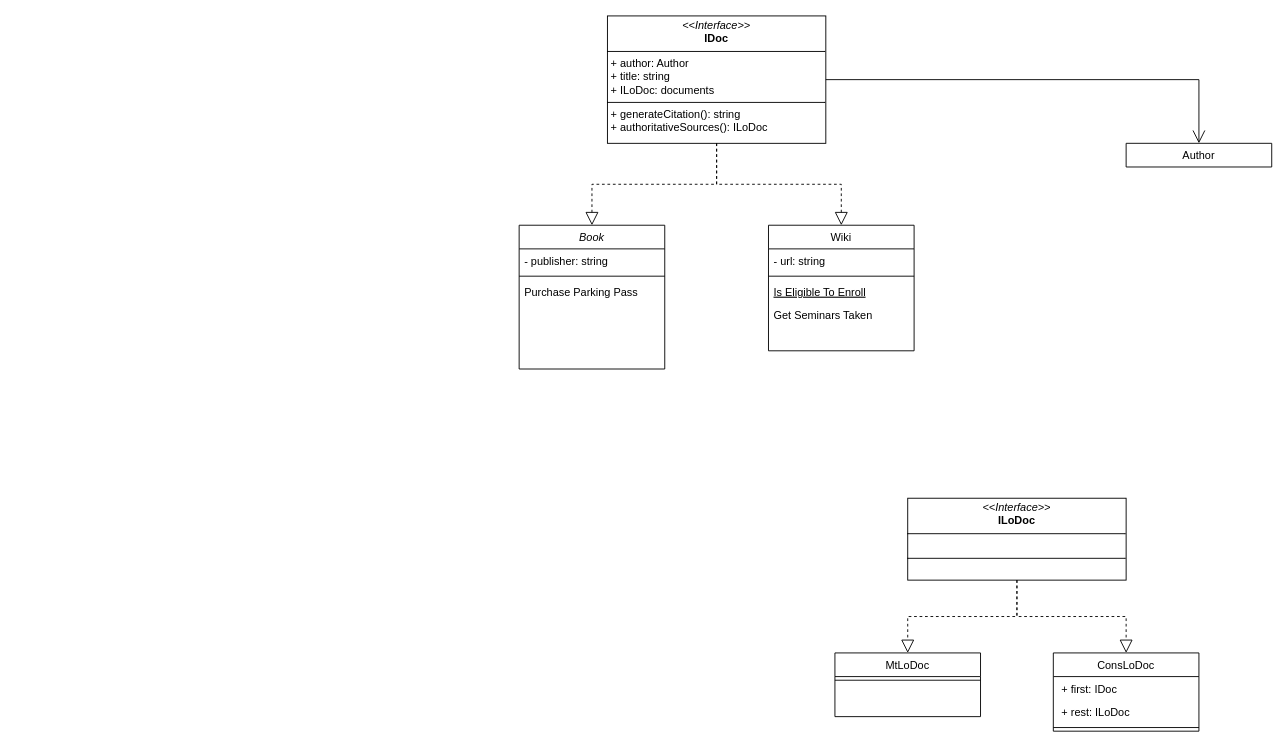
This is CS2510_Problem_8.drawio from sauerBT/PersonalRepo, a draw.io file, before an edit. Source tidied: cells renumbered, new cells numbered last; positions are measured from the earlier drawing's top-left corner, leaving out a move shared by most shapes. Both pictures are drawn from the tidied source at 91%, with x=0, y=0 at pixel (519, 15).
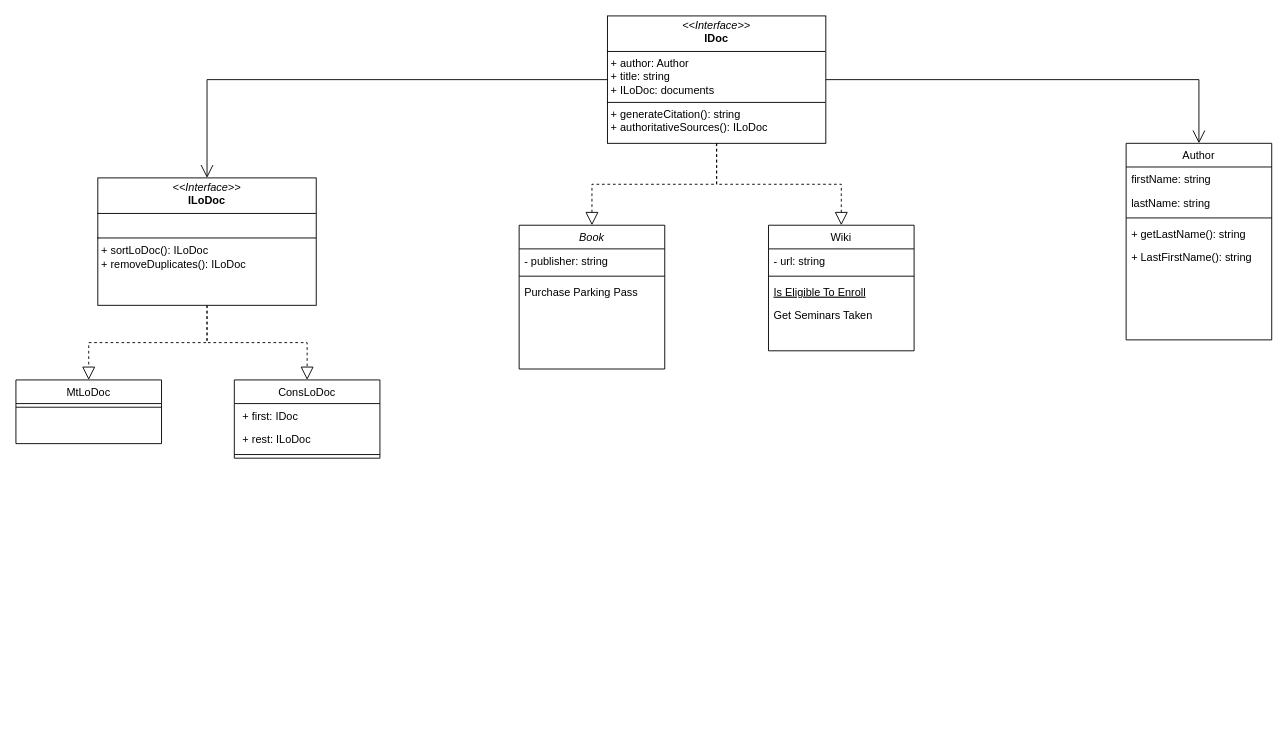
The same page after the edit.

Unchanged cells that the change refers to:
```xml
<mxCell id="16" value="&lt;p style=&quot;margin:0px;margin-top:4px;text-align:center;&quot;&gt;&lt;i&gt;&amp;lt;&amp;lt;Interface&amp;gt;&amp;gt;&lt;/i&gt;&lt;br&gt;&lt;b&gt;IDoc&lt;/b&gt;&lt;br&gt;&lt;/p&gt;&lt;hr size=&quot;1&quot; style=&quot;border-style:solid;&quot;&gt;&lt;p style=&quot;margin:0px;margin-left:4px;&quot;&gt;+ author: Author&lt;br&gt;+ title: string&lt;/p&gt;&lt;p style=&quot;margin:0px;margin-left:4px;&quot;&gt;+ ILoDoc: documents&lt;br&gt;&lt;/p&gt;&lt;hr size=&quot;1&quot; style=&quot;border-style:solid;&quot;&gt;&lt;p style=&quot;margin:0px;margin-left:4px;&quot;&gt;+ generateCitation(): string&lt;br&gt;+ authoritativeSources(): ILoDoc&lt;/p&gt;" style="verticalAlign=top;align=left;overflow=fill;html=1;whiteSpace=wrap;" parent="1" vertex="1">
  <mxGeometry x="97" width="240" height="140" as="geometry" />
</mxCell>
```

What changed in the source:
```diff
@@
     <mxCell id="11" value="ConsLoDoc" style="swimlane;fontStyle=0;align=center;verticalAlign=top;horizontal=1;startSize=26;rounded=0;shadow=0;strokeWidth=1;" parent="1" vertex="1">
-      <mxGeometry x="587" y="700" width="160" height="86" as="geometry" />
+      <mxGeometry x="-313" y="400" width="160" height="86" as="geometry" />
     </mxCell>
@@
-    <mxCell id="15" value="Author" style="swimlane;fontStyle=0;align=center;verticalAlign=top;horizontal=1;startSize=26;rounded=0;shadow=0;strokeWidth=1;" parent="1" vertex="1" collapsed="1">
-      <mxGeometry x="667" y="140" width="160" height="26" as="geometry" />
+    <mxCell id="15" value="Author" style="swimlane;fontStyle=0;align=center;verticalAlign=top;horizontal=1;startSize=26;rounded=0;shadow=0;strokeWidth=1;" parent="1" vertex="1">
+      <mxGeometry x="667" y="140" width="160" height="216" as="geometry" />
     </mxCell>
+    <mxCell id="25" value="firstName: string" style="text;align=left;verticalAlign=top;spacingLeft=4;spacingRight=4;overflow=hidden;" parent="15" vertex="1">
+      <mxGeometry y="26" width="160" height="26" as="geometry" />
+    </mxCell>
+    <mxCell id="26" value="lastName: string" style="text;align=left;verticalAlign=top;spacingLeft=4;spacingRight=4;overflow=hidden;rounded=0;shadow=0;html=0;" parent="15" vertex="1">
+      <mxGeometry y="52" width="160" height="26" as="geometry" />
+    </mxCell>
+    <mxCell id="27" style="line;html=1;strokeWidth=1;align=left;verticalAlign=middle;spacingTop=-1;spacingLeft=3;spacingRight=3;labelPosition=right;" parent="15" vertex="1">
+      <mxGeometry y="78" width="160" height="8" as="geometry" />
+    </mxCell>
+    <mxCell id="28" value="+ getLastName(): string" style="text;align=left;verticalAlign=top;spacingLeft=4;spacingRight=4;overflow=hidden;" parent="15" vertex="1">
+      <mxGeometry y="86" width="160" height="26" as="geometry" />
+    </mxCell>
+    <mxCell id="29" value="+ LastFirstName(): string" style="text;align=left;verticalAlign=top;spacingLeft=4;spacingRight=4;overflow=hidden;" parent="15" vertex="1">
+      <mxGeometry y="112" width="160" height="26" as="geometry" />
+    </mxCell>
@@
-    <mxCell id="17" value="&lt;p style=&quot;margin:0px;margin-top:4px;text-align:center;&quot;&gt;&lt;i&gt;&amp;lt;&amp;lt;Interface&amp;gt;&amp;gt;&lt;/i&gt;&lt;br&gt;&lt;b&gt;ILoDoc&lt;/b&gt;&lt;br&gt;&lt;/p&gt;&lt;hr size=&quot;1&quot; style=&quot;border-style:solid;&quot;&gt;&lt;br&gt;&lt;hr size=&quot;1&quot; style=&quot;border-style:solid;&quot;&gt;" style="verticalAlign=top;align=left;overflow=fill;html=1;whiteSpace=wrap;" parent="1" vertex="1">
-      <mxGeometry x="427" y="530" width="240" height="90" as="geometry" />
-    </mxCell>
     <mxCell id="18" value="MtLoDoc" style="swimlane;fontStyle=0;align=center;verticalAlign=top;horizontal=1;startSize=26;rounded=0;shadow=0;strokeWidth=1;" parent="1" vertex="1">
-      <mxGeometry x="347" y="700" width="160" height="70" as="geometry" />
+      <mxGeometry x="-553" y="400" width="160" height="70" as="geometry" />
     </mxCell>
@@
-    <mxCell id="20" style="endArrow=block;dashed=1;endFill=0;endSize=12;html=1;rounded=0;exitX=0.5;exitY=1;exitDx=0;exitDy=0;entryX=0.5;entryY=0;entryDx=0;entryDy=0;edgeStyle=orthogonalEdgeStyle;" parent="1" edge="1" source="17" target="18">
+    <mxCell id="20" style="endArrow=block;dashed=1;endFill=0;endSize=12;html=1;rounded=0;exitX=0.5;exitY=1;exitDx=0;exitDy=0;entryX=0.5;entryY=0;entryDx=0;entryDy=0;edgeStyle=orthogonalEdgeStyle;" parent="1" edge="1" source="31" target="18">
       <mxGeometry relative="1" as="geometry" />
     </mxCell>
-    <mxCell id="21" style="endArrow=block;dashed=1;endFill=0;endSize=12;html=1;rounded=0;exitX=0.5;exitY=1;exitDx=0;exitDy=0;entryX=0.5;entryY=0;entryDx=0;entryDy=0;edgeStyle=orthogonalEdgeStyle;" parent="1" edge="1" source="17" target="11">
+    <mxCell id="21" style="endArrow=block;dashed=1;endFill=0;endSize=12;html=1;rounded=0;exitX=0.5;exitY=1;exitDx=0;exitDy=0;entryX=0.5;entryY=0;entryDx=0;entryDy=0;edgeStyle=orthogonalEdgeStyle;" parent="1" edge="1" source="31" target="11">
       <mxGeometry relative="1" as="geometry" />
     </mxCell>
@@
+    <mxCell id="30" style="endArrow=open;endFill=1;endSize=12;html=1;rounded=0;entryX=0.5;entryY=0;entryDx=0;entryDy=0;exitX=0;exitY=0.5;exitDx=0;exitDy=0;edgeStyle=orthogonalEdgeStyle;" parent="1" edge="1" source="16" target="31">
+      <mxGeometry relative="1" as="geometry" />
+    </mxCell>
+    <mxCell id="31" value="&lt;p style=&quot;margin:0px;margin-top:4px;text-align:center;&quot;&gt;&lt;i&gt;&amp;lt;&amp;lt;Interface&amp;gt;&amp;gt;&lt;/i&gt;&lt;br&gt;&lt;b&gt;ILoDoc&lt;/b&gt;&lt;br&gt;&lt;/p&gt;&lt;hr size=&quot;1&quot; style=&quot;border-style:solid;&quot;&gt;&lt;br&gt;&lt;hr size=&quot;1&quot; style=&quot;border-style:solid;&quot;&gt;&lt;p style=&quot;margin:0px;margin-left:4px;&quot;&gt;+ sortLoDoc(): ILoDoc&lt;br&gt;+ removeDuplicates(): ILoDoc&lt;/p&gt;" style="verticalAlign=top;align=left;overflow=fill;html=1;whiteSpace=wrap;" parent="1" vertex="1">
+      <mxGeometry x="-463" y="178" width="240" height="140" as="geometry" />
+    </mxCell>
```
